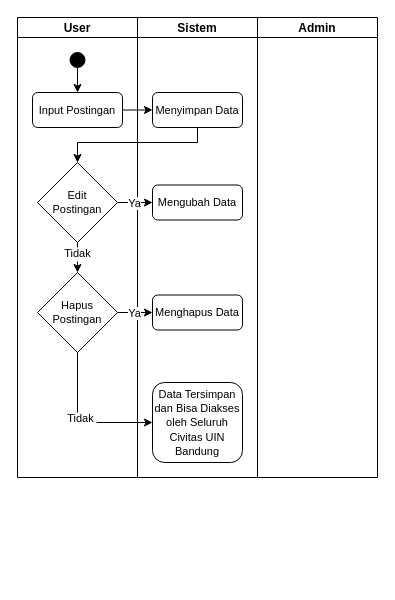
Before: page "Forum" (1 of 10) of Activity.drawio in nugrahaas/diagram-project-rpl, a draw.io diagram. Source tidied: cells renumbered, new cells numbered last; positions are measured from the earlier drawing's top-left corner, leaving out a move shared by most shapes. Both pictures are drawn from the tidied source at 100%, with x=0, y=0 at pixel (17, 17).
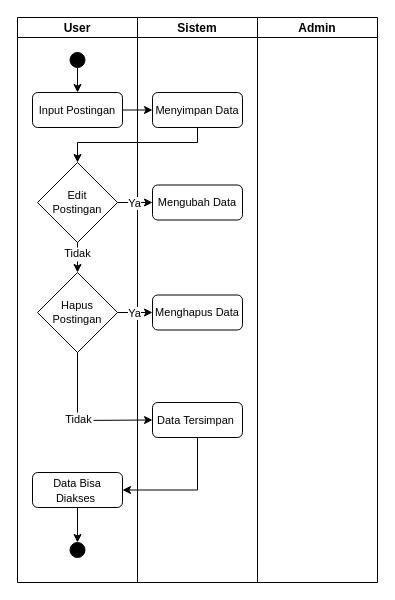
The same diagram, later.

The change refers to these unchanged cells:
```xml
<mxCell id="13" value="Hapus&lt;br&gt;Postingan" style="rhombus;whiteSpace=wrap;html=1;fontSize=11;fillColor=#FFFFFF;" parent="8" vertex="1">
  <mxGeometry x="20" y="255" width="80" height="80" as="geometry" />
</mxCell>
```

The edit, as a diff of the source:
```diff
@@
     <mxCell id="2" value="Sistem" style="swimlane;startSize=20;" parent="1" vertex="1">
-      <mxGeometry x="120" width="120" height="460" as="geometry" />
+      <mxGeometry x="120" width="120" height="565" as="geometry" />
     </mxCell>
@@
-    <mxCell id="6" value="&lt;font style=&quot;font-size: 11px;&quot;&gt;Data Tersimpan dan Bisa Diakses oleh Seluruh Civitas UIN Bandung&lt;/font&gt;" style="rounded=1;whiteSpace=wrap;html=1;fillColor=#FFFFFF;" parent="2" vertex="1">
-      <mxGeometry x="15" y="365" width="90" height="80" as="geometry" />
+    <mxCell id="6" value="&lt;font style=&quot;font-size: 11px;&quot;&gt;Data Tersimpan&amp;nbsp;&lt;/font&gt;" style="rounded=1;whiteSpace=wrap;html=1;fillColor=#FFFFFF;" parent="2" vertex="1">
+      <mxGeometry x="15" y="385" width="90" height="35" as="geometry" />
     </mxCell>
     <mxCell id="7" value="Admin" style="swimlane;startSize=20;" parent="1" vertex="1">
-      <mxGeometry x="240" width="120" height="460" as="geometry" />
+      <mxGeometry x="240" width="120" height="565" as="geometry" />
     </mxCell>
     <mxCell id="8" value="User" style="swimlane;startSize=20;" parent="1" vertex="1">
-      <mxGeometry width="120" height="460" as="geometry" />
+      <mxGeometry width="120" height="565" as="geometry" />
     </mxCell>
@@
+    <mxCell id="24" style="edgeStyle=orthogonalEdgeStyle;rounded=0;jettySize=auto;html=1;exitX=0.5;exitY=1;exitDx=0;exitDy=0;entryX=0.5;entryY=0;entryDx=0;entryDy=0;" parent="8" edge="1" source="25" target="26">
+      <mxGeometry relative="1" as="geometry" />
+    </mxCell>
+    <mxCell id="25" value="&lt;font style=&quot;font-size: 11px;&quot;&gt;Data Bisa Diakses&amp;nbsp;&lt;/font&gt;" style="rounded=1;whiteSpace=wrap;html=1;fillColor=#FFFFFF;" parent="8" vertex="1">
+      <mxGeometry x="15" y="455" width="90" height="35" as="geometry" />
+    </mxCell>
+    <mxCell id="26" style="ellipse;whiteSpace=wrap;html=1;fillColor=#000000;" parent="8" vertex="1">
+      <mxGeometry x="52.5" y="525" width="15" height="15" as="geometry" />
+    </mxCell>
@@
     <mxCell id="22" style="endArrow=classic;html=1;rounded=0;fontSize=11;exitX=0.5;exitY=1;exitDx=0;exitDy=0;entryX=0;entryY=0.5;entryDx=0;entryDy=0;" parent="1" edge="1" source="13" target="6">
       <mxGeometry relative="1" as="geometry">
         <Array as="points">
-          <mxPoint x="60" y="405" />
+          <mxPoint x="60" y="403" />
         </Array>
       </mxGeometry>
     </mxCell>
     <mxCell id="23" value="Tidak" style="edgeLabel;align=center;verticalAlign=middle;fontSize=11;fillColor=#FFFFFF;" parent="22" vertex="1">
       <mxGeometry relative="1" as="geometry">
-        <mxPoint y="-5" as="offset" />
+        <mxPoint x="-3" y="-2" as="offset" />
       </mxGeometry>
     </mxCell>
+    <mxCell id="27" style="edgeStyle=orthogonalEdgeStyle;rounded=0;jettySize=auto;html=1;exitX=0.5;exitY=1;exitDx=0;exitDy=0;entryX=1;entryY=0.5;entryDx=0;entryDy=0;" parent="1" edge="1" source="6" target="25">
+      <mxGeometry relative="1" as="geometry" />
+    </mxCell>
```
